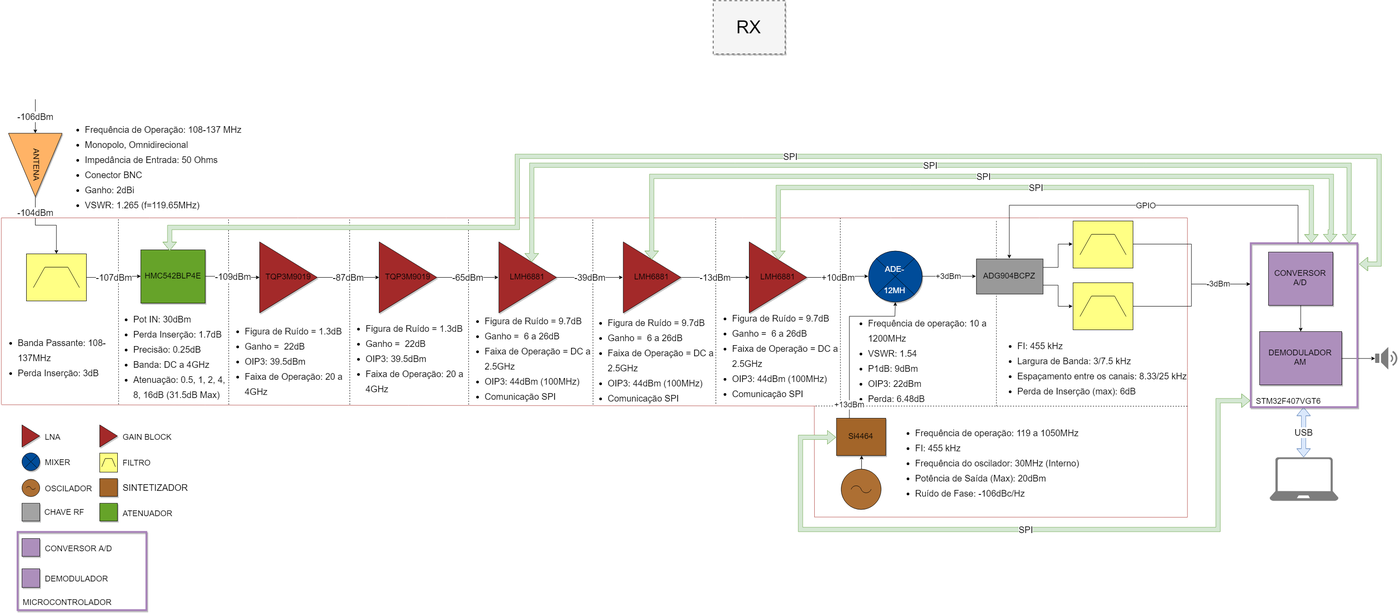
Before: RX-APCT.png, a diagram exported from draw.io (apct-2019/Integra-Projeto). Source tidied: cells renumbered, new cells last; positions are measured from the earlier drawing's top-left corner, leaving out a move shared by most shapes.
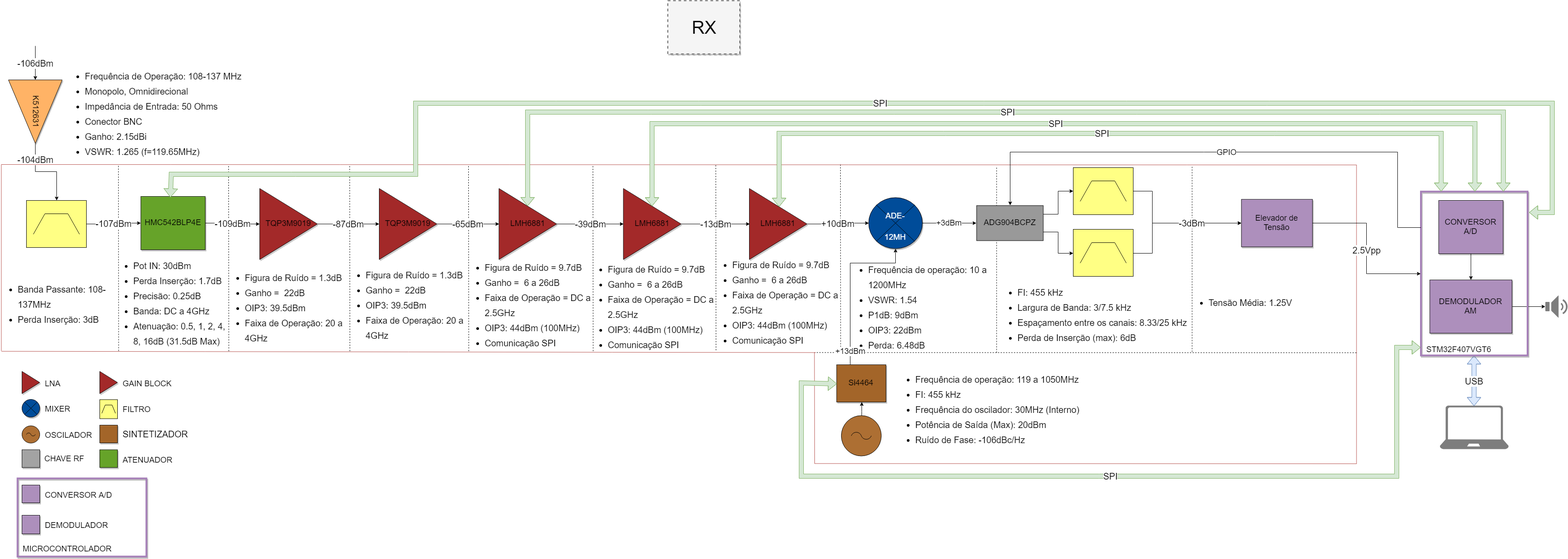
Above is the later version.

Commit message:
atualiza diagrama de blocos

The edit, as a diff of the source:
```diff
@@ -3,14 +3,14 @@
     <mxCell id="0" style="html=1;" />
     <mxCell id="1" style="html=1;" parent="0" />
     <mxCell id="2" value="RX" style="whiteSpace=wrap;html=1;shadow=1;fontSize=40;fillColor=#f5f5f5;strokeColor=#666666;strokeWidth=2;dashed=1;" parent="1" vertex="1">
-      <mxGeometry x="1602.5" width="162" height="120" as="geometry" />
+      <mxGeometry x="1500" y="120" width="162" height="120" as="geometry" />
     </mxCell>
     <mxCell id="3" value="-106dBm" style="edgeStyle=orthogonalEdgeStyle;rounded=0;jettySize=auto;html=1;startArrow=classic;startFill=1;endArrow=none;endFill=0;fontSize=20;" parent="1" edge="1" source="4">
       <mxGeometry relative="1" as="geometry">
         <mxPoint x="76.5" y="222" as="targetPoint" />
       </mxGeometry>
     </mxCell>
-    <mxCell id="4" value="ANTENA" style="triangle;whiteSpace=wrap;html=1;rounded=0;shadow=1;comic=0;strokeColor=#000000;fillColor=#FFB366;gradientColor=none;fontSize=18;rotation=90;" parent="1" vertex="1">
+    <mxCell id="4" value="K512631" style="triangle;whiteSpace=wrap;html=1;rounded=0;shadow=1;comic=0;strokeColor=#000000;fillColor=#FFB366;gradientColor=none;fontSize=18;rotation=90;" parent="1" vertex="1">
       <mxGeometry x="5" y="309.5" width="143" height="121" as="geometry" />
     </mxCell>
     <mxCell id="5" value="-104dBm" style="edgeStyle=orthogonalEdgeStyle;rounded=0;jettySize=auto;html=1;startArrow=classic;startFill=1;endArrow=none;endFill=0;fontSize=20;" parent="1" edge="1" source="23" target="4">
@@ -19,11 +19,11 @@
     <mxCell id="6" value="&lt;div&gt;&lt;ul style=&quot;line-height: 170%&quot;&gt;&lt;li&gt;FI: 455 kHz&lt;/li&gt;&lt;li&gt;Largura de Banda: 3/7.5 kHz&lt;/li&gt;&lt;li&gt;Espaçamento entre os canais: 8.33/25 kHz&lt;/li&gt;&lt;li&gt;Perda de Inserção (max): 6dB&amp;nbsp;&lt;/li&gt;&lt;/ul&gt;&lt;/div&gt;" style="text;html=1;strokeColor=none;fillColor=none;align=left;verticalAlign=middle;rounded=0;shadow=1;comic=0;fontSize=20;spacingTop=0;spacing=-3;whiteSpace=wrap;" parent="1" vertex="1">
       <mxGeometry x="2250" y="740" width="420" height="174" as="geometry" />
     </mxCell>
-    <mxCell id="7" value="&lt;ul style=&quot;line-height: 170%&quot;&gt;&lt;li&gt;Frequência de Operação:&amp;nbsp;108-137 MHz&lt;/li&gt;&lt;li&gt;&lt;span&gt;Monopolo, Omnidirecional&lt;/span&gt;&lt;br&gt;&lt;/li&gt;&lt;li&gt;Impedância de Entrada: 50 Ohms&lt;/li&gt;&lt;li&gt;Conector BNC&lt;/li&gt;&lt;li&gt;Ganho: 2dBi&lt;/li&gt;&lt;li&gt;VSWR: 1.265 (f=119.65MHz)&lt;/li&gt;&lt;/ul&gt;" style="text;html=1;strokeColor=none;fillColor=none;align=left;verticalAlign=middle;rounded=0;shadow=1;comic=0;fontSize=20;spacingTop=0;spacing=-3;whiteSpace=wrap;" parent="1" vertex="1">
+    <mxCell id="7" value="&lt;ul style=&quot;line-height: 170%&quot;&gt;&lt;li&gt;Frequência de Operação:&amp;nbsp;108-137 MHz&lt;/li&gt;&lt;li&gt;&lt;span&gt;Monopolo, Omnidirecional&lt;/span&gt;&lt;br&gt;&lt;/li&gt;&lt;li&gt;Impedância de Entrada: 50 Ohms&lt;/li&gt;&lt;li&gt;Conector BNC&lt;/li&gt;&lt;li&gt;Ganho: 2.15dBi&lt;/li&gt;&lt;li&gt;VSWR: 1.265 (f=119.65MHz)&lt;/li&gt;&lt;/ul&gt;" style="text;html=1;strokeColor=none;fillColor=none;align=left;verticalAlign=middle;rounded=0;shadow=1;comic=0;fontSize=20;spacingTop=0;spacing=-3;whiteSpace=wrap;" parent="1" vertex="1">
       <mxGeometry x="151.5" y="271" width="410" height="205" as="geometry" />
     </mxCell>
     <mxCell id="8" style="group;" parent="1" vertex="1">
-      <mxGeometry x="2812.5" y="546" width="330" height="580" as="geometry" />
+      <mxGeometry x="3195" y="550" width="330" height="580" as="geometry" />
     </mxCell>
     <mxCell id="9" value="CONVERSOR A/D" style="whiteSpace=wrap;html=1;shadow=1;fontSize=18;fillColor=#A680B8;strokeColor=#000000;fillOpacity=80;" parent="8" vertex="1">
       <mxGeometry x="40" y="20" width="145" height="120" as="geometry" />
@@ -90,13 +90,13 @@
     </mxCell>
     <mxCell id="28" style="endArrow=none;html=1;fontSize=20;fillColor=#f8cecc;strokeColor=#b85450;" parent="1" edge="1">
       <mxGeometry relative="1" as="geometry">
-        <mxPoint x="2670" y="1163" as="sourcePoint" />
-        <mxPoint x="2670" y="489" as="targetPoint" />
+        <mxPoint x="3050" y="1163.5" as="sourcePoint" />
+        <mxPoint x="3050" y="489.5" as="targetPoint" />
       </mxGeometry>
     </mxCell>
     <mxCell id="29" style="endArrow=none;html=1;fontSize=20;fillColor=#f8cecc;strokeColor=#b85450;" parent="1" edge="1">
       <mxGeometry relative="1" as="geometry">
-        <mxPoint x="2670" y="489" as="sourcePoint" />
+        <mxPoint x="3050" y="490" as="sourcePoint" />
         <mxPoint y="489" as="targetPoint" />
       </mxGeometry>
     </mxCell>
@@ -114,13 +114,13 @@
     </mxCell>
     <mxCell id="34" style="endArrow=none;html=1;fontSize=20;fillColor=#f8cecc;strokeColor=#b85450;" parent="1" edge="1">
       <mxGeometry relative="1" as="geometry">
-        <mxPoint x="2670" y="1163" as="sourcePoint" />
+        <mxPoint x="3050" y="1163" as="sourcePoint" />
         <mxPoint x="1830" y="1162.5" as="targetPoint" />
       </mxGeometry>
     </mxCell>
     <mxCell id="35" style="endArrow=none;dashed=1;html=1;fontSize=20;" parent="1" edge="1">
       <mxGeometry relative="1" as="geometry">
-        <mxPoint x="2670" y="913" as="sourcePoint" />
+        <mxPoint x="3050" y="913" as="sourcePoint" />
         <mxPoint x="1830.5" y="912.5" as="targetPoint" />
       </mxGeometry>
     </mxCell>
@@ -162,9 +162,14 @@
     <mxCell id="42" value="&lt;ul style=&quot;line-height: 170%&quot;&gt;&lt;li style=&quot;box-sizing: border-box&quot;&gt;Frequência de operação: 10 a 1200MHz&lt;/li&gt;&lt;li style=&quot;box-sizing: border-box&quot;&gt;VSWR: 1.54&lt;/li&gt;&lt;li style=&quot;box-sizing: border-box&quot;&gt;P1dB: 9dBm&lt;/li&gt;&lt;li style=&quot;box-sizing: border-box&quot;&gt;OIP3: 22dBm&lt;/li&gt;&lt;li style=&quot;box-sizing: border-box&quot;&gt;Perda: 6.48dB&lt;/li&gt;&lt;/ul&gt;" style="text;html=1;strokeColor=none;fillColor=none;align=left;verticalAlign=middle;rounded=0;shadow=1;comic=0;fontSize=20;spacingTop=0;spacing=-3;whiteSpace=wrap;" parent="1" vertex="1">
       <mxGeometry x="1914" y="710" width="326" height="200" as="geometry" />
     </mxCell>
-    <mxCell id="43" style="edgeStyle=orthogonalEdgeStyle;rounded=0;jettySize=auto;html=1;entryX=0;entryY=0.25;entryDx=0;entryDy=0;fontSize=18;" parent="1" edge="1" source="44" target="16">
-      <mxGeometry relative="1" as="geometry" />
-    </mxCell>
+    <mxCell id="108" style="edgeStyle=orthogonalEdgeStyle;rounded=0;jettySize=auto;html=1;startArrow=none;startFill=0;endArrow=classic;endFill=1;fontSize=20;" parent="1" edge="1" source="44" target="111">
+      <mxGeometry relative="1" as="geometry">
+        <Array as="points">
+          <mxPoint x="2590" y="688" />
+          <mxPoint x="2590" y="621" />
+        </Array>
+      </mxGeometry>
+    </mxCell>
     <mxCell id="44" style="verticalLabelPosition=bottom;shadow=0;dashed=0;align=center;fillColor=#FFFF66;html=1;verticalAlign=top;strokeWidth=1;shape=mxgraph.electrical.logic_gates.bandpass_filter;rounded=0;comic=0;fontSize=20;fillOpacity=80;" parent="1" vertex="1">
       <mxGeometry x="2412.5" y="635" width="135" height="106" as="geometry" />
     </mxCell>
@@ -195,16 +200,14 @@
     <mxCell id="51" value="ADG904BCPZ" style="rounded=0;whiteSpace=wrap;html=1;fillColor=#999999;fontSize=18;" parent="1" vertex="1">
       <mxGeometry x="2195" y="581.5" width="150" height="79" as="geometry" />
     </mxCell>
-    <mxCell id="52" value="-3dBm" style="edgeStyle=orthogonalEdgeStyle;rounded=0;jettySize=auto;html=1;entryX=0;entryY=0.25;entryDx=0;entryDy=0;fontSize=18;" parent="1" edge="1" source="53" target="16">
-      <mxGeometry x="0.59" relative="1" as="geometry" />
-    </mxCell>
     <mxCell id="53" style="verticalLabelPosition=bottom;shadow=0;dashed=0;align=center;fillColor=#FFFF66;html=1;verticalAlign=top;strokeWidth=1;shape=mxgraph.electrical.logic_gates.bandpass_filter;rounded=0;comic=0;fontSize=20;fillOpacity=80;" parent="1" vertex="1">
       <mxGeometry x="2412.5" y="496" width="135" height="106" as="geometry" />
     </mxCell>
     <mxCell id="54" style="edgeStyle=orthogonalEdgeStyle;rounded=0;jettySize=auto;html=1;entryX=0.5;entryY=0;entryDx=0;entryDy=0;fontSize=18;" parent="1" edge="1" source="16" target="51">
       <mxGeometry relative="1" as="geometry">
         <Array as="points">
-          <mxPoint x="2920" y="460" />
+          <mxPoint x="3143" y="630" />
+          <mxPoint x="3143" y="460" />
           <mxPoint x="2270" y="460" />
         </Array>
       </mxGeometry>
@@ -334,40 +337,37 @@
     <mxCell id="94" value="&lt;div&gt;&lt;ul style=&quot;line-height: 170%&quot;&gt;&lt;li&gt;Figura de Ruído = 1.3dB&lt;/li&gt;&lt;li&gt;Ganho =&amp;nbsp; 22dB&lt;/li&gt;&lt;li&gt;OIP3: 39.5dBm&lt;/li&gt;&lt;li&gt;Faixa de Operação: 20 a 4GHz&lt;/li&gt;&lt;/ul&gt;&lt;/div&gt;" style="text;html=1;strokeColor=none;fillColor=none;align=left;verticalAlign=middle;rounded=0;shadow=1;comic=0;fontSize=20;spacingTop=0;spacing=-3;whiteSpace=wrap;" parent="1" vertex="1">
       <mxGeometry x="783.5" y="705" width="270" height="200" as="geometry" />
     </mxCell>
-    <mxCell id="95" value="SPI" style="edgeStyle=orthogonalEdgeStyle;shape=flexArrow;rounded=0;jettySize=auto;html=1;startArrow=classic;startFill=1;endArrow=classic;endFill=1;fontSize=20;fillColor=#d5e8d4;strokeColor=#82b366;entryX=0;entryY=0.5;entryDx=0;entryDy=0;" parent="1" edge="1" target="33">
+    <mxCell id="95" value="SPI" style="edgeStyle=orthogonalEdgeStyle;shape=flexArrow;rounded=0;jettySize=auto;html=1;startArrow=classic;startFill=1;endArrow=classic;endFill=1;fontSize=20;fillColor=#d5e8d4;strokeColor=#82b366;entryX=0;entryY=0.5;entryDx=0;entryDy=0;exitX=-0.001;exitY=0.951;exitDx=0;exitDy=0;exitPerimeter=0;" parent="1" edge="1" source="16" target="33">
       <mxGeometry relative="1" as="geometry">
-        <mxPoint x="2812" y="900" as="sourcePoint" />
         <Array as="points">
-          <mxPoint x="2812" y="900" />
-          <mxPoint x="2740" y="900" />
-          <mxPoint x="2740" y="1190" />
-          <mxPoint x="1800" y="1190" />
-          <mxPoint x="1800" y="982" />
+          <mxPoint x="3141" y="901" />
+          <mxPoint x="3141" y="1190" />
+          <mxPoint x="1801" y="1190" />
+          <mxPoint x="1801" y="981" />
         </Array>
       </mxGeometry>
     </mxCell>
     <mxCell id="96" value="SPI" style="edgeStyle=orthogonalEdgeStyle;shape=flexArrow;rounded=0;jettySize=auto;html=1;startArrow=classic;startFill=1;endArrow=classic;endFill=1;fontSize=20;fillColor=#d5e8d4;strokeColor=#82b366;" parent="1" edge="1" source="16" target="88">
       <mxGeometry relative="1" as="geometry">
         <Array as="points">
-          <mxPoint x="2950" y="420" />
-          <mxPoint x="1749" y="420" />
+          <mxPoint x="3240" y="419" />
+          <mxPoint x="1750" y="419" />
         </Array>
       </mxGeometry>
     </mxCell>
-    <mxCell id="97" value="SPI" style="edgeStyle=orthogonalEdgeStyle;shape=flexArrow;rounded=0;jettySize=auto;html=1;startArrow=classic;startFill=1;endArrow=classic;endFill=1;fontSize=20;fillColor=#d5e8d4;strokeColor=#82b366;entryX=0.5;entryY=0;entryDx=0;entryDy=0;exitX=0.75;exitY=0;exitDx=0;exitDy=0;" parent="1" edge="1" source="16" target="91">
+    <mxCell id="97" value="SPI" style="edgeStyle=orthogonalEdgeStyle;shape=flexArrow;rounded=0;jettySize=auto;html=1;startArrow=classic;startFill=1;endArrow=classic;endFill=1;fontSize=20;fillColor=#d5e8d4;strokeColor=#82b366;entryX=0.5;entryY=0;entryDx=0;entryDy=0;" parent="1" edge="1" source="16" target="91">
       <mxGeometry relative="1" as="geometry">
         <Array as="points">
-          <mxPoint x="2993" y="520" />
-          <mxPoint x="2993" y="396" />
-          <mxPoint x="1465" y="396" />
+          <mxPoint x="3316" y="397" />
+          <mxPoint x="1465" y="397" />
         </Array>
       </mxGeometry>
     </mxCell>
-    <mxCell id="98" value="SPI" style="edgeStyle=orthogonalEdgeStyle;shape=flexArrow;rounded=0;jettySize=auto;html=1;startArrow=classic;startFill=1;endArrow=classic;endFill=1;fontSize=20;fillColor=#d5e8d4;strokeColor=#82b366;exitX=0.918;exitY=-0.001;exitDx=0;exitDy=0;exitPerimeter=0;" parent="1" edge="1" source="16" target="45">
+    <mxCell id="98" value="SPI" style="edgeStyle=orthogonalEdgeStyle;shape=flexArrow;rounded=0;jettySize=auto;html=1;startArrow=classic;startFill=1;endArrow=classic;endFill=1;fontSize=20;fillColor=#d5e8d4;strokeColor=#82b366;" parent="1" edge="1" source="16" target="45">
       <mxGeometry relative="1" as="geometry">
         <Array as="points">
-          <mxPoint x="3033" y="370" />
-          <mxPoint x="1194" y="370" />
+          <mxPoint x="3380" y="370" />
+          <mxPoint x="1185" y="370" />
         </Array>
       </mxGeometry>
     </mxCell>
@@ -403,13 +403,37 @@
     <mxCell id="107" value="SPI" style="edgeStyle=orthogonalEdgeStyle;shape=flexArrow;rounded=0;jettySize=auto;html=1;startArrow=classic;startFill=1;endArrow=classic;endFill=1;fontSize=20;fillColor=#d5e8d4;strokeColor=#82b366;exitX=1.014;exitY=0.127;exitDx=0;exitDy=0;exitPerimeter=0;entryX=0.455;entryY=0.011;entryDx=0;entryDy=0;entryPerimeter=0;" parent="1" edge="1" source="16" target="18">
       <mxGeometry relative="1" as="geometry">
         <Array as="points">
-          <mxPoint x="3101" y="593" />
-          <mxPoint x="3101" y="350" />
-          <mxPoint x="1161" y="350" />
-          <mxPoint x="1161" y="510" />
-          <mxPoint x="380" y="510" />
+          <mxPoint x="3490" y="597" />
+          <mxPoint x="3490" y="350" />
+          <mxPoint x="932" y="350" />
+          <mxPoint x="932" y="511" />
+          <mxPoint x="383" y="511" />
+          <mxPoint x="383" y="562" />
         </Array>
       </mxGeometry>
     </mxCell>
+    <mxCell id="109" style="endArrow=none;dashed=1;html=1;fontSize=20;" parent="1" edge="1">
+      <mxGeometry relative="1" as="geometry">
+        <mxPoint x="2680" y="911" as="sourcePoint" />
+        <mxPoint x="2680" y="491" as="targetPoint" />
+      </mxGeometry>
+    </mxCell>
+    <mxCell id="110" value="2.5Vpp" style="edgeStyle=orthogonalEdgeStyle;rounded=0;jettySize=auto;html=1;entryX=0;entryY=0.5;entryDx=0;entryDy=0;startArrow=none;startFill=0;endArrow=classic;endFill=1;fontSize=20;" parent="1" edge="1" source="111" target="16">
+      <mxGeometry x="0.01" relative="1" as="geometry" />
+    </mxCell>
+    <mxCell id="111" value="Elevador de Tensão" style="whiteSpace=wrap;html=1;shadow=1;fontSize=18;fillColor=#A680B8;strokeColor=#000000;fillOpacity=80;" parent="1" vertex="1">
+      <mxGeometry x="2791" y="567.5" width="160" height="107" as="geometry" />
+    </mxCell>
+    <mxCell id="52" value="-3dBm" style="edgeStyle=orthogonalEdgeStyle;rounded=0;jettySize=auto;html=1;startArrow=none;startFill=0;endArrow=classic;endFill=1;fontSize=20;" parent="1" edge="1" source="53" target="111">
+      <mxGeometry x="0.3" relative="1" as="geometry">
+        <Array as="points">
+          <mxPoint x="2590" y="549" />
+          <mxPoint x="2590" y="621" />
+        </Array>
+      </mxGeometry>
+    </mxCell>
+    <mxCell id="112" value="&lt;ul style=&quot;line-height: 170%&quot;&gt;&lt;li&gt;Tensão Média: 1.25V&lt;/li&gt;&lt;/ul&gt;" style="text;html=1;strokeColor=none;fillColor=none;align=left;verticalAlign=middle;rounded=0;shadow=1;comic=0;fontSize=20;spacingTop=0;spacing=-3;whiteSpace=wrap;" parent="1" vertex="1">
+      <mxGeometry x="2680" y="690" width="370" height="219" as="geometry" />
+    </mxCell>
   </root>
 </mxGraphModel>
```
